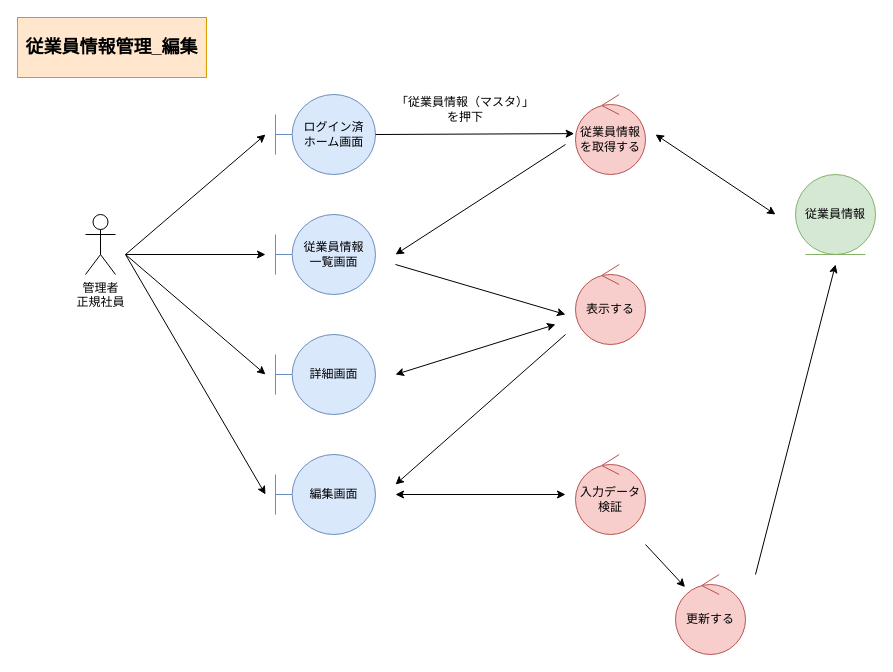
Earlier version of the draw.io diagram page "*従業員情報管理_編集" (3 of 5) of 各種設計書/3ロバストネス図/マスタ管理/1.従業員情報マスタ.drawio (HaruShim/Sotuken). Source tidied: cells renumbered, new cells numbered last; positions are measured from the earlier drawing's top-left corner, leaving out a move shared by most shapes. Both pictures are drawn from the tidied source at 100%, with x=0, y=0 at pixel (17, 17).
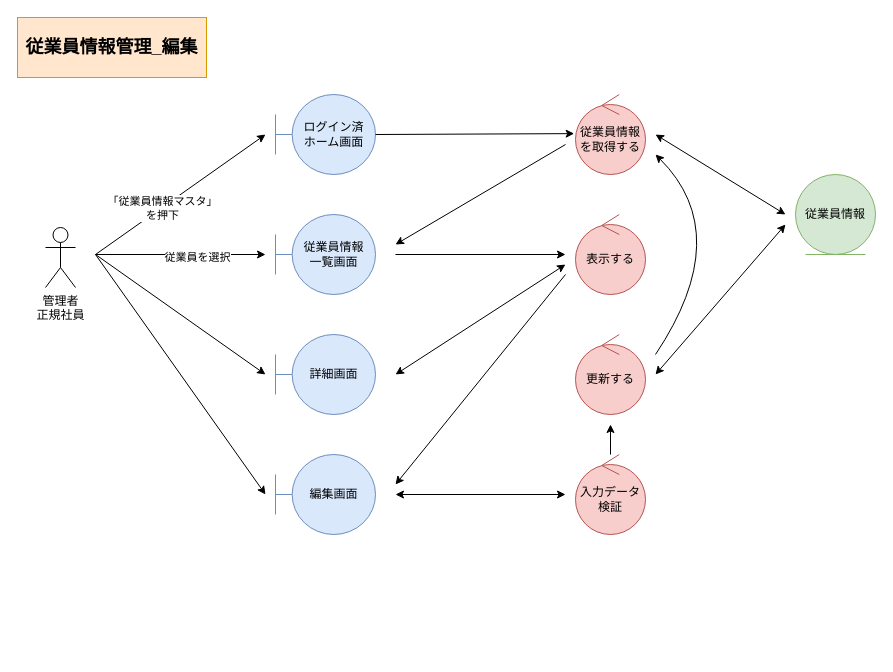
Above is the later version.

Unchanged cells that the change refers to:
```xml
<mxCell id="17" value="入力データ検証" style="ellipse;shape=umlControl;whiteSpace=wrap;html=1;fillColor=#f8cecc;strokeColor=#b85450;" parent="1" vertex="1">
  <mxGeometry x="558" y="437" width="70" height="80" as="geometry" />
</mxCell>
```

Change to the diagram source:
```diff
@@
-    <mxCell id="2" value="管理者&lt;br&gt;正規社員" style="shape=umlActor;verticalLabelPosition=bottom;verticalAlign=top;html=1;" parent="1" vertex="1">
-      <mxGeometry x="68" y="197" width="30" height="60" as="geometry" />
-    </mxCell>
@@
     <mxCell id="7" value="表示する" style="ellipse;shape=umlControl;whiteSpace=wrap;html=1;fillColor=#f8cecc;strokeColor=#b85450;" parent="1" vertex="1">
-      <mxGeometry x="558" y="247" width="70" height="80" as="geometry" />
+      <mxGeometry x="558" y="197" width="70" height="80" as="geometry" />
     </mxCell>
@@
-    <mxCell id="10" value="「従業員情報（マスタ）」&lt;br&gt;を押下" style="text;html=1;strokeColor=none;fillColor=none;align=center;verticalAlign=middle;whiteSpace=wrap;rounded=0;" parent="1" vertex="1">
-      <mxGeometry x="368" y="77" width="160" height="30" as="geometry" />
-    </mxCell>
     <mxCell id="11" style="endArrow=classic;html=1;rounded=0;" parent="1" edge="1">
       <mxGeometry relative="1" as="geometry">
         <mxPoint x="548" y="127" as="sourcePoint" />
-        <mxPoint x="378" y="237" as="targetPoint" />
+        <mxPoint x="378" y="227" as="targetPoint" />
       </mxGeometry>
     </mxCell>
     <mxCell id="12" style="endArrow=classic;html=1;rounded=0;" parent="1" edge="1">
       <mxGeometry relative="1" as="geometry">
-        <mxPoint x="378" y="247" as="sourcePoint" />
-        <mxPoint x="548" y="297" as="targetPoint" />
+        <mxPoint x="378" y="237" as="sourcePoint" />
+        <mxPoint x="548" y="237" as="targetPoint" />
       </mxGeometry>
     </mxCell>
     <mxCell id="13" style="endArrow=classic;html=1;rounded=0;startArrow=classic;startFill=1;" parent="1" edge="1">
       <mxGeometry relative="1" as="geometry">
-        <mxPoint x="538" y="307" as="sourcePoint" />
+        <mxPoint x="548" y="247" as="sourcePoint" />
         <mxPoint x="378" y="357" as="targetPoint" />
       </mxGeometry>
     </mxCell>
     <mxCell id="14" style="endArrow=classic;html=1;rounded=0;startArrow=classic;startFill=1;" parent="1" edge="1">
       <mxGeometry relative="1" as="geometry">
         <mxPoint x="638" y="117" as="sourcePoint" />
-        <mxPoint x="758" y="197" as="targetPoint" />
+        <mxPoint x="768" y="197" as="targetPoint" />
       </mxGeometry>
     </mxCell>
@@
     <mxCell id="16" style="endArrow=classic;html=1;rounded=0;" parent="1" edge="1">
       <mxGeometry relative="1" as="geometry">
-        <mxPoint x="548" y="317" as="sourcePoint" />
+        <mxPoint x="548" y="257" as="sourcePoint" />
         <mxPoint x="378" y="467" as="targetPoint" />
       </mxGeometry>
     </mxCell>
@@
     <mxCell id="19" value="更新する" style="ellipse;shape=umlControl;whiteSpace=wrap;html=1;fillColor=#f8cecc;strokeColor=#b85450;" parent="1" vertex="1">
-      <mxGeometry x="658" y="557" width="70" height="80" as="geometry" />
+      <mxGeometry x="558" y="317" width="70" height="80" as="geometry" />
     </mxCell>
-    <mxCell id="20" style="endArrow=classic;html=1;rounded=0;" parent="1" edge="1" target="19">
+    <mxCell id="20" style="endArrow=classic;html=1;rounded=0;" parent="1" edge="1" source="17">
       <mxGeometry relative="1" as="geometry">
-        <mxPoint x="628" y="527" as="sourcePoint" />
+        <mxPoint x="593" y="407" as="targetPoint" />
       </mxGeometry>
     </mxCell>
-    <mxCell id="21" style="endArrow=classic;html=1;rounded=0;" parent="1" edge="1">
+    <mxCell id="21" style="endArrow=classic;html=1;rounded=0;startArrow=classic;startFill=1;" parent="1" edge="1">
       <mxGeometry relative="1" as="geometry">
-        <mxPoint x="738" y="557" as="sourcePoint" />
-        <mxPoint x="818" y="247" as="targetPoint" />
+        <mxPoint x="638" y="357" as="sourcePoint" />
+        <mxPoint x="768" y="207" as="targetPoint" />
       </mxGeometry>
     </mxCell>
-    <mxCell id="22" style="endArrow=classic;html=1;rounded=0;" parent="1" edge="1">
-      <mxGeometry relative="1" as="geometry">
-        <mxPoint x="108" y="237" as="sourcePoint" />
-        <mxPoint x="248" y="237" as="targetPoint" />
-      </mxGeometry>
-    </mxCell>
-    <mxCell id="23" style="endArrow=classic;html=1;rounded=0;" parent="1" edge="1">
-      <mxGeometry relative="1" as="geometry">
-        <mxPoint x="108" y="237" as="sourcePoint" />
-        <mxPoint x="248" y="117" as="targetPoint" />
-      </mxGeometry>
-    </mxCell>
-    <mxCell id="24" style="endArrow=classic;html=1;rounded=0;" parent="1" edge="1">
-      <mxGeometry relative="1" as="geometry">
-        <mxPoint x="108" y="237" as="sourcePoint" />
-        <mxPoint x="248" y="357" as="targetPoint" />
-      </mxGeometry>
-    </mxCell>
-    <mxCell id="25" style="endArrow=classic;html=1;rounded=0;" parent="1" edge="1">
-      <mxGeometry relative="1" as="geometry">
-        <mxPoint x="108" y="237" as="sourcePoint" />
-        <mxPoint x="248" y="477" as="targetPoint" />
-      </mxGeometry>
-    </mxCell>
@@
+    <mxCell id="2" value="管理者&lt;br&gt;正規社員" style="shape=umlActor;verticalLabelPosition=bottom;verticalAlign=top;html=1;" parent="1" vertex="1">
+      <mxGeometry x="28" y="210" width="30" height="60" as="geometry" />
+    </mxCell>
+    <mxCell id="27" style="endArrow=classic;html=1;rounded=0;" parent="1" edge="1">
+      <mxGeometry relative="1" as="geometry">
+        <mxPoint x="78" y="237" as="sourcePoint" />
+        <mxPoint x="248" y="117" as="targetPoint" />
+      </mxGeometry>
+    </mxCell>
+    <mxCell id="28" value="「従業員情報マスタ」&lt;br&gt;を押下" style="edgeLabel;html=1;align=center;verticalAlign=middle;" parent="27" vertex="1">
+      <mxGeometry x="-0.22" relative="1" as="geometry" />
+    </mxCell>
+    <mxCell id="29" style="endArrow=classic;html=1;rounded=0;" parent="1" edge="1">
+      <mxGeometry relative="1" as="geometry">
+        <mxPoint x="78" y="237" as="sourcePoint" />
+        <mxPoint x="248" y="237" as="targetPoint" />
+      </mxGeometry>
+    </mxCell>
+    <mxCell id="30" value="従業員を選択" style="edgeLabel;html=1;align=center;verticalAlign=middle;" parent="29" vertex="1">
+      <mxGeometry x="0.19" y="-2" relative="1" as="geometry" />
+    </mxCell>
+    <mxCell id="31" style="endArrow=classic;html=1;rounded=0;" parent="1" edge="1">
+      <mxGeometry relative="1" as="geometry">
+        <mxPoint x="78" y="237" as="sourcePoint" />
+        <mxPoint x="248" y="357" as="targetPoint" />
+      </mxGeometry>
+    </mxCell>
+    <mxCell id="32" style="endArrow=classic;html=1;rounded=0;" parent="1" edge="1">
+      <mxGeometry relative="1" as="geometry">
+        <mxPoint x="78" y="237" as="sourcePoint" />
+        <mxPoint x="248" y="477" as="targetPoint" />
+      </mxGeometry>
+    </mxCell>
+    <mxCell id="33" style="curved=1;endArrow=classic;html=1;rounded=0;" parent="1" edge="1">
+      <mxGeometry relative="1" as="geometry">
+        <mxPoint x="638" y="337" as="sourcePoint" />
+        <mxPoint x="638" y="137" as="targetPoint" />
+        <Array as="points">
+          <mxPoint x="718" y="217" />
+        </Array>
+      </mxGeometry>
+    </mxCell>
```
